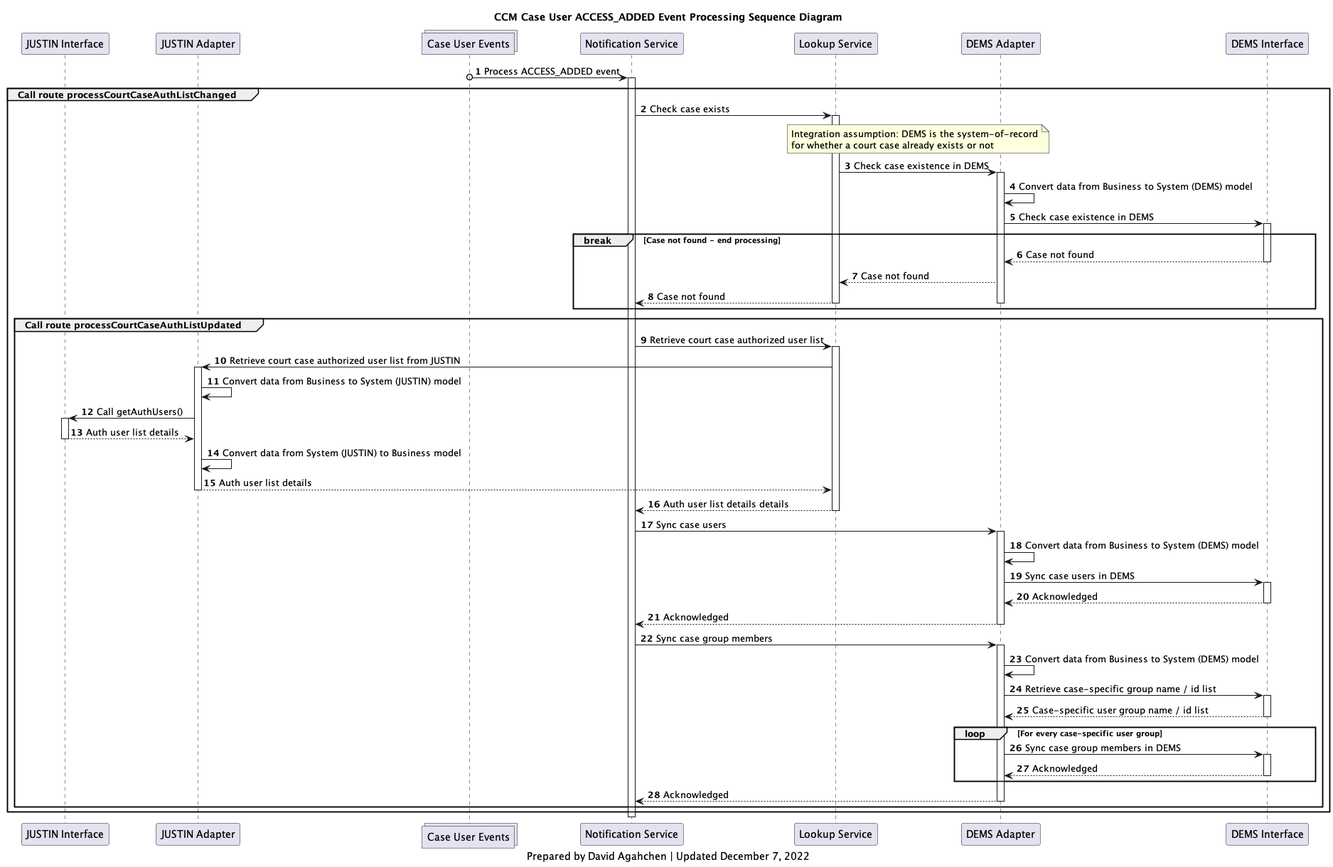
Before: diagrams/img/ccm_case_user_access_added_processing_sequence_diagram.png, a diagram exported from PlantUML (bcgov/jpss-jade-ccm).
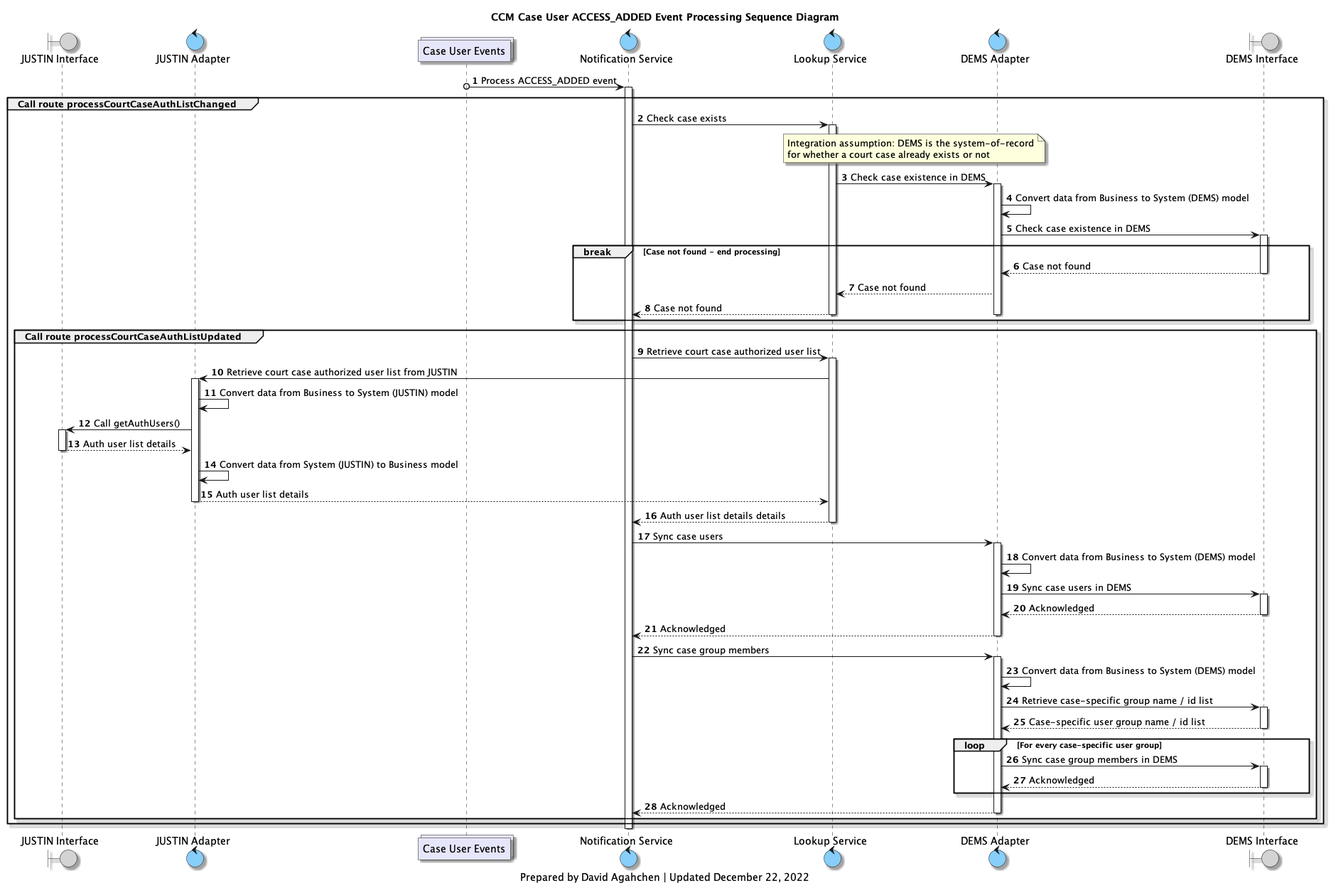
After the commit.

Diff of the diagram source:
```diff
@@ -1,13 +1,20 @@
 @startuml
+
+skinparam Shadowing true
+skinparam CollectionsBackgroundColor Lavender
+skinparam ControlBackgroundColor LightSkyBlue
+skinparam BoundaryBackgroundColor LightGrey
+
+
 collections case_users_topic as "Case User Events"
 
-participant j_interface as "JUSTIN Interface"
-participant j_adapter as "JUSTIN Adapter"
+boundary j_interface as "JUSTIN Interface"
+control j_adapter as "JUSTIN Adapter"
 collections case_users_topic as "Case User Events"
-participant notification_service as "Notification Service"
-participant lookup_service as "Lookup Service"
-participant d_adapter as "DEMS Adapter"
-participant d_interface as "DEMS Interface"
+control notification_service as "Notification Service"
+control lookup_service as "Lookup Service"
+control d_adapter as "DEMS Adapter"
+boundary d_interface as "DEMS Interface"
 
 title
 CCM Case User ACCESS_ADDED Event Processing Sequence Diagram
@@ -91,6 +98,6 @@
 deactivate notification_service
 
 caption
-Prepared by David Agahchen | Updated December 7, 2022
+Prepared by David Agahchen | Updated December 22, 2022
 end caption
 @enduml
```
